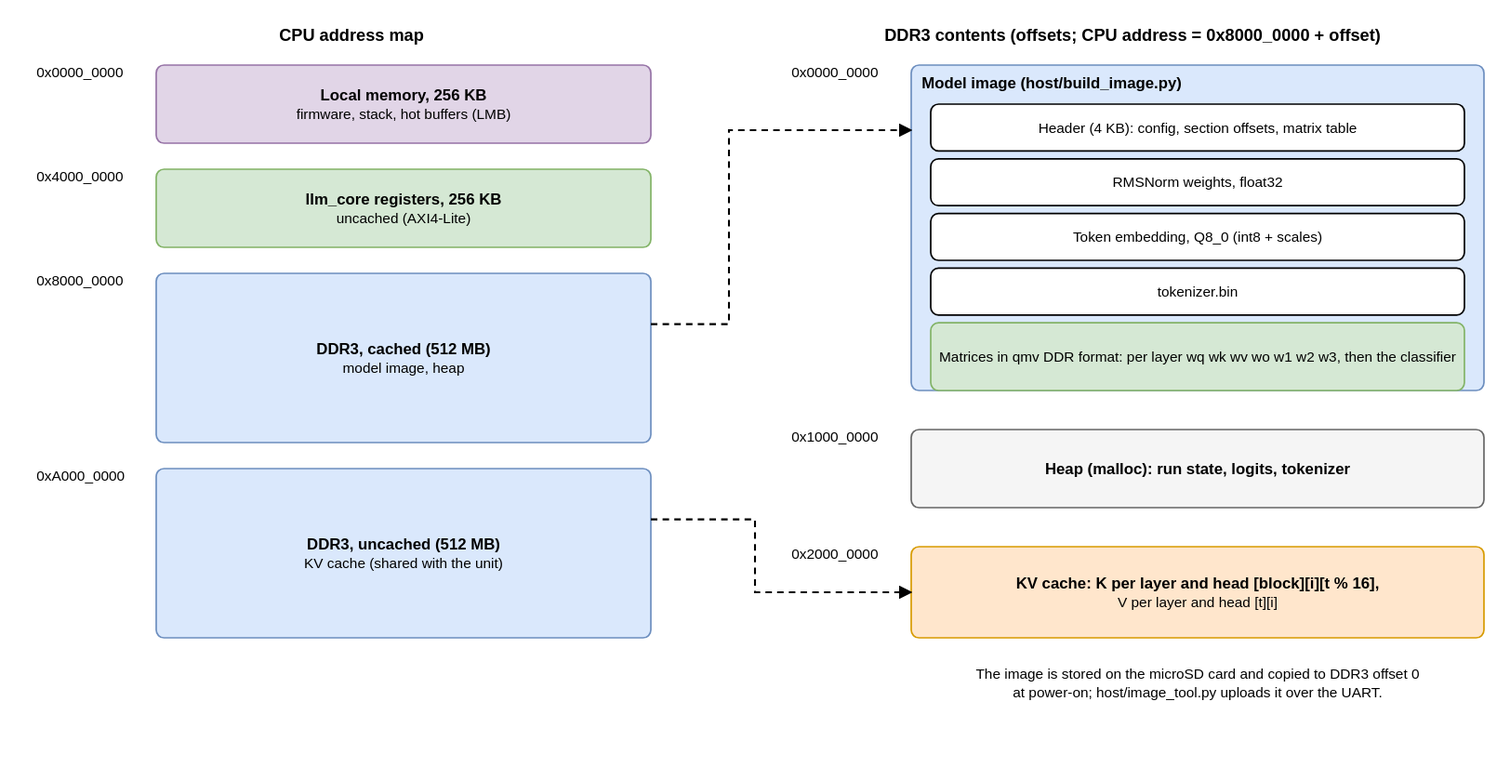
This is docs/diagrams/memory.drawio.svg from tenderribs/llm_fpga, a draw.io export, as it was before one commit. Source tidied: cells renumbered, new cells last; positions are measured from the earlier drawing's top-left corner, leaving out a move shared by most shapes.
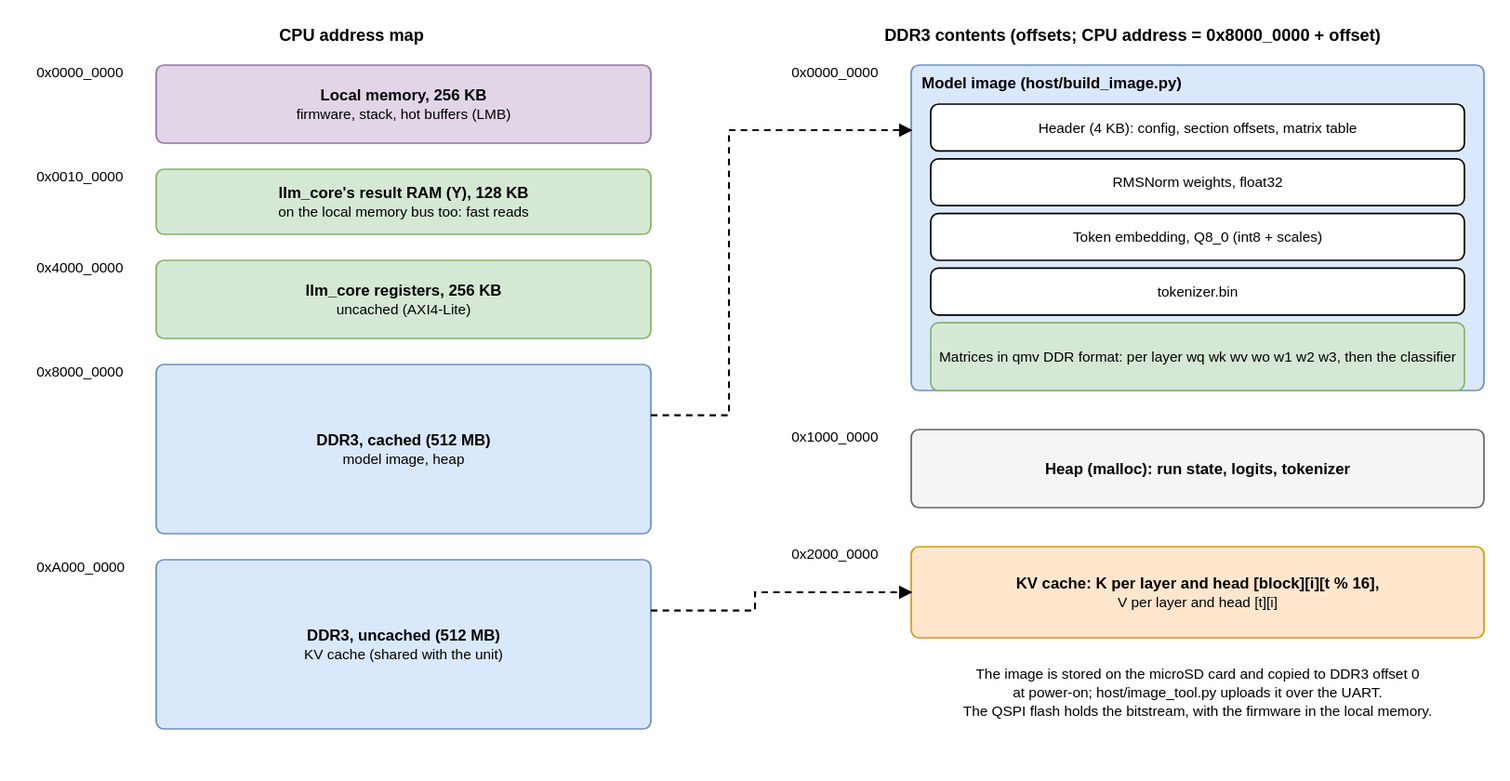
After the commit.

Change to the diagram source:
```diff
@@ -14,24 +14,30 @@
     <mxCell id="5" value="&lt;b&gt;Local memory, 256 KB&lt;/b&gt;&lt;br&gt;&lt;font style=&quot;font-size: 11px;&quot;&gt;firmware, stack, hot buffers (LMB)&lt;/font&gt;" style="rounded=1;whiteSpace=wrap;html=1;fillColor=#e1d5e7;strokeColor=#9673a6;fontFamily=Helvetica;fontSize=12;arcSize=6;absoluteArcSize=1;" parent="1" vertex="1">
       <mxGeometry x="100" y="35" width="380" height="60" as="geometry" />
     </mxCell>
-    <mxCell id="6" value="0x4000_0000" style="text;html=1;align=left;verticalAlign=middle;fontFamily=Helvetica;fontSize=11;" parent="1" vertex="1">
+    <mxCell id="6" value="0x0010_0000" style="text;html=1;align=left;verticalAlign=middle;fontFamily=Helvetica;fontSize=11;" parent="1" vertex="1">
       <mxGeometry y="107" width="100" height="16" as="geometry" />
     </mxCell>
-    <mxCell id="7" value="&lt;b&gt;llm_core registers, 256 KB&lt;/b&gt;&lt;br&gt;&lt;font style=&quot;font-size: 11px;&quot;&gt;uncached (AXI4-Lite)&lt;/font&gt;" style="rounded=1;whiteSpace=wrap;html=1;fillColor=#d5e8d4;strokeColor=#82b366;fontFamily=Helvetica;fontSize=12;arcSize=6;absoluteArcSize=1;" parent="1" vertex="1">
-      <mxGeometry x="100" y="115" width="380" height="60" as="geometry" />
+    <mxCell id="7" value="&lt;b&gt;llm_core&amp;#x27;s result RAM (Y), 128 KB&lt;/b&gt;&lt;br&gt;&lt;font style=&quot;font-size: 11px;&quot;&gt;on the local memory bus too: fast reads&lt;/font&gt;" style="rounded=1;whiteSpace=wrap;html=1;fillColor=#d5e8d4;strokeColor=#82b366;fontFamily=Helvetica;fontSize=12;arcSize=6;absoluteArcSize=1;" parent="1" vertex="1">
+      <mxGeometry x="100" y="115" width="380" height="50" as="geometry" />
     </mxCell>
-    <mxCell id="8" value="0x8000_0000" style="text;html=1;align=left;verticalAlign=middle;fontFamily=Helvetica;fontSize=11;" parent="1" vertex="1">
-      <mxGeometry y="187" width="100" height="16" as="geometry" />
+    <mxCell id="8" value="0x4000_0000" style="text;html=1;align=left;verticalAlign=middle;fontFamily=Helvetica;fontSize=11;" parent="1" vertex="1">
+      <mxGeometry y="177" width="100" height="16" as="geometry" />
     </mxCell>
-    <mxCell id="9" value="&lt;b&gt;DDR3, cached (512 MB)&lt;/b&gt;&lt;br&gt;&lt;font style=&quot;font-size: 11px;&quot;&gt;model image, heap&lt;/font&gt;" style="rounded=1;whiteSpace=wrap;html=1;fillColor=#dae8fc;strokeColor=#6c8ebf;fontFamily=Helvetica;fontSize=12;arcSize=6;absoluteArcSize=1;" parent="1" vertex="1">
-      <mxGeometry x="100" y="195" width="380" height="130" as="geometry" />
+    <mxCell id="9" value="&lt;b&gt;llm_core registers, 256 KB&lt;/b&gt;&lt;br&gt;&lt;font style=&quot;font-size: 11px;&quot;&gt;uncached (AXI4-Lite)&lt;/font&gt;" style="rounded=1;whiteSpace=wrap;html=1;fillColor=#d5e8d4;strokeColor=#82b366;fontFamily=Helvetica;fontSize=12;arcSize=6;absoluteArcSize=1;" parent="1" vertex="1">
+      <mxGeometry x="100" y="185" width="380" height="60" as="geometry" />
     </mxCell>
-    <mxCell id="10" value="0xA000_0000" style="text;html=1;align=left;verticalAlign=middle;fontFamily=Helvetica;fontSize=11;" parent="1" vertex="1">
-      <mxGeometry y="337" width="100" height="16" as="geometry" />
+    <mxCell id="10" value="0x8000_0000" style="text;html=1;align=left;verticalAlign=middle;fontFamily=Helvetica;fontSize=11;" parent="1" vertex="1">
+      <mxGeometry y="257" width="100" height="16" as="geometry" />
     </mxCell>
-    <mxCell id="11" value="&lt;b&gt;DDR3, uncached (512 MB)&lt;/b&gt;&lt;br&gt;&lt;font style=&quot;font-size: 11px;&quot;&gt;KV cache (shared with the unit)&lt;/font&gt;" style="rounded=1;whiteSpace=wrap;html=1;fillColor=#dae8fc;strokeColor=#6c8ebf;fontFamily=Helvetica;fontSize=12;arcSize=6;absoluteArcSize=1;" parent="1" vertex="1">
-      <mxGeometry x="100" y="345" width="380" height="130" as="geometry" />
+    <mxCell id="11" value="&lt;b&gt;DDR3, cached (512 MB)&lt;/b&gt;&lt;br&gt;&lt;font style=&quot;font-size: 11px;&quot;&gt;model image, heap&lt;/font&gt;" style="rounded=1;whiteSpace=wrap;html=1;fillColor=#dae8fc;strokeColor=#6c8ebf;fontFamily=Helvetica;fontSize=12;arcSize=6;absoluteArcSize=1;" parent="1" vertex="1">
+      <mxGeometry x="100" y="265" width="380" height="130" as="geometry" />
     </mxCell>
+    <mxCell id="26" value="0xA000_0000" style="text;html=1;align=left;verticalAlign=middle;fontFamily=Helvetica;fontSize=11;" parent="1" vertex="1">
+      <mxGeometry y="407" width="100" height="16" as="geometry" />
+    </mxCell>
+    <mxCell id="27" value="&lt;b&gt;DDR3, uncached (512 MB)&lt;/b&gt;&lt;br&gt;&lt;font style=&quot;font-size: 11px;&quot;&gt;KV cache (shared with the unit)&lt;/font&gt;" style="rounded=1;whiteSpace=wrap;html=1;fillColor=#dae8fc;strokeColor=#6c8ebf;fontFamily=Helvetica;fontSize=12;arcSize=6;absoluteArcSize=1;" parent="1" vertex="1">
+      <mxGeometry x="100" y="415" width="380" height="130" as="geometry" />
+    </mxCell>
     <mxCell id="12" value="0x0000_0000" style="text;html=1;align=left;verticalAlign=middle;fontFamily=Helvetica;fontSize=11;" parent="1" vertex="1">
       <mxGeometry x="580" y="27" width="100" height="16" as="geometry" />
     </mxCell>
@@ -65,24 +71,24 @@
     <mxCell id="22" value="Matrices in qmv DDR format: per layer wq wk wv wo w1 w2 w3, then the classifier" style="rounded=1;whiteSpace=wrap;html=1;fillColor=#d5e8d4;strokeColor=#82b366;fontFamily=Helvetica;fontSize=11;arcSize=6;absoluteArcSize=1;" parent="1" vertex="1">
       <mxGeometry x="695" y="233" width="410" height="52" as="geometry" />
     </mxCell>
-    <mxCell id="23" value="The image is stored on the microSD card and copied to DDR3 offset 0&lt;br&gt;at power-on; host/image_tool.py uploads it over the UART." style="text;html=1;align=center;verticalAlign=middle;fontFamily=Helvetica;fontSize=11;" parent="1" vertex="1">
-      <mxGeometry x="680" y="490" width="440" height="40" as="geometry" />
+    <mxCell id="23" value="The image is stored on the microSD card and copied to DDR3 offset 0&lt;br&gt;at power-on; host/image_tool.py uploads it over the UART.&lt;br&gt;The QSPI flash holds the bitstream, with the firmware in the local memory." style="text;html=1;align=center;verticalAlign=middle;fontFamily=Helvetica;fontSize=11;" parent="1" vertex="1">
+      <mxGeometry x="680" y="490" width="440" height="54" as="geometry" />
     </mxCell>
-    <mxCell id="24" style="edgeStyle=none;html=1;rounded=0;endArrow=block;endFill=1;strokeColor=#000000;strokeWidth=1.5;exitX=1;exitY=0.3;exitDx=0;exitDy=0;entryX=0;entryY=0.2;entryDx=0;entryDy=0;dashed=1;" parent="1" edge="1" source="9" target="13">
-      <mxGeometry relative="1" as="geometry">
-        <Array as="points">
-          <mxPoint x="540" y="234" />
-          <mxPoint x="540" y="85" />
-        </Array>
-      </mxGeometry>
-    </mxCell>
-    <mxCell id="25" style="edgeStyle=none;html=1;rounded=0;endArrow=block;endFill=1;strokeColor=#000000;strokeWidth=1.5;exitX=1;exitY=0.3;exitDx=0;exitDy=0;entryX=0;entryY=0.5;entryDx=0;entryDy=0;dashed=1;" parent="1" edge="1" source="11" target="17">
-      <mxGeometry relative="1" as="geometry">
-        <Array as="points">
-          <mxPoint x="560" y="384" />
-          <mxPoint x="560" y="440" />
-        </Array>
-      </mxGeometry>
-    </mxCell>
+    <mxCell id="28" style="edgeStyle=none;html=1;rounded=0;endArrow=block;endFill=1;strokeColor=#000000;strokeWidth=1.5;exitX=1;exitY=0.3;exitDx=0;exitDy=0;entryX=0;entryY=0.2;entryDx=0;entryDy=0;dashed=1;" parent="1" edge="1" source="11" target="13">
+      <mxGeometry relative="1" as="geometry">
+        <Array as="points">
+          <mxPoint x="540" y="304" />
+          <mxPoint x="540" y="85" />
+        </Array>
+      </mxGeometry>
+    </mxCell>
+    <mxCell id="29" style="edgeStyle=none;html=1;rounded=0;endArrow=block;endFill=1;strokeColor=#000000;strokeWidth=1.5;exitX=1;exitY=0.3;exitDx=0;exitDy=0;entryX=0;entryY=0.5;entryDx=0;entryDy=0;dashed=1;" parent="1" edge="1" source="27" target="17">
+      <mxGeometry relative="1" as="geometry">
+        <Array as="points">
+          <mxPoint x="560" y="454" />
+          <mxPoint x="560" y="440" />
+        </Array>
+      </mxGeometry>
+    </mxCell>
   </root>
 </mxGraphModel>
```
